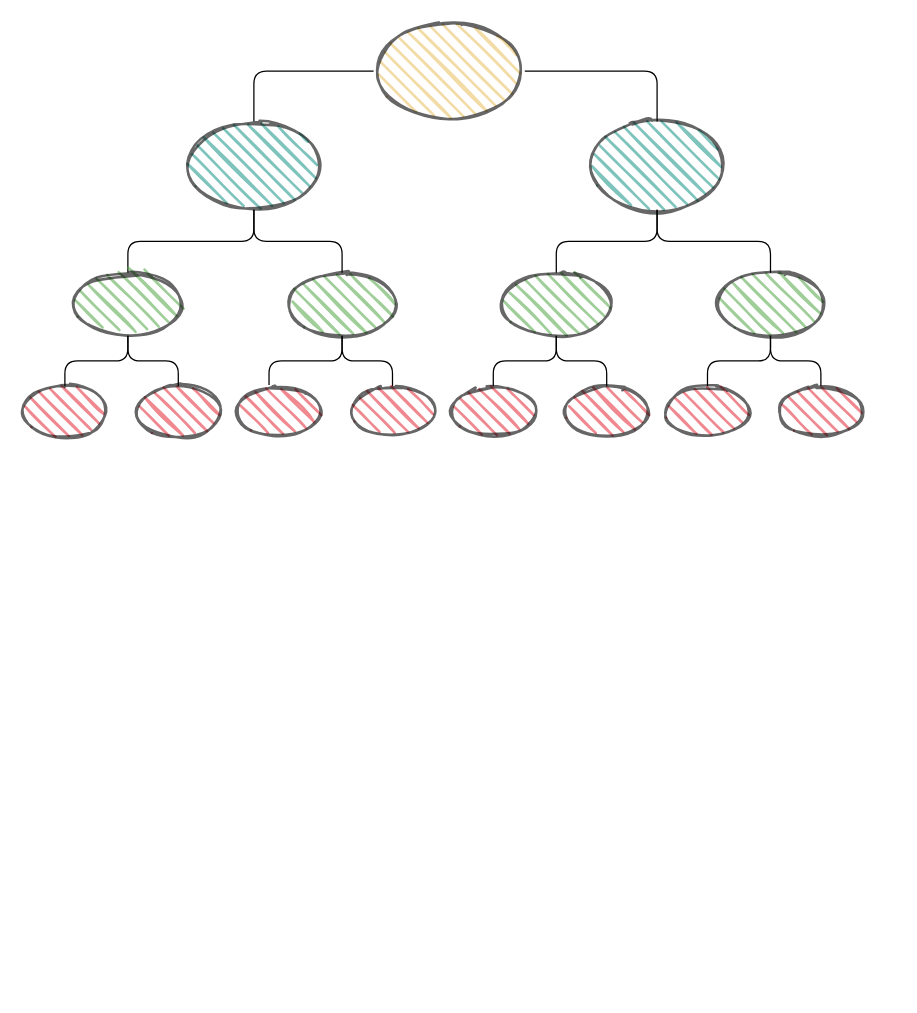
The draw.io diagram page "mysq-binary-tree-demo" (9 of 36) of mysql/mysql.drawio in boilingfrog/Go-POINT, before the edit. Source tidied: cells renumbered, new cells numbered last; positions are measured from the earlier drawing's top-left corner, leaving out a move shared by most shapes. Both pictures are drawn from the tidied source at 126%, with x=0, y=0 at pixel (20, 20).
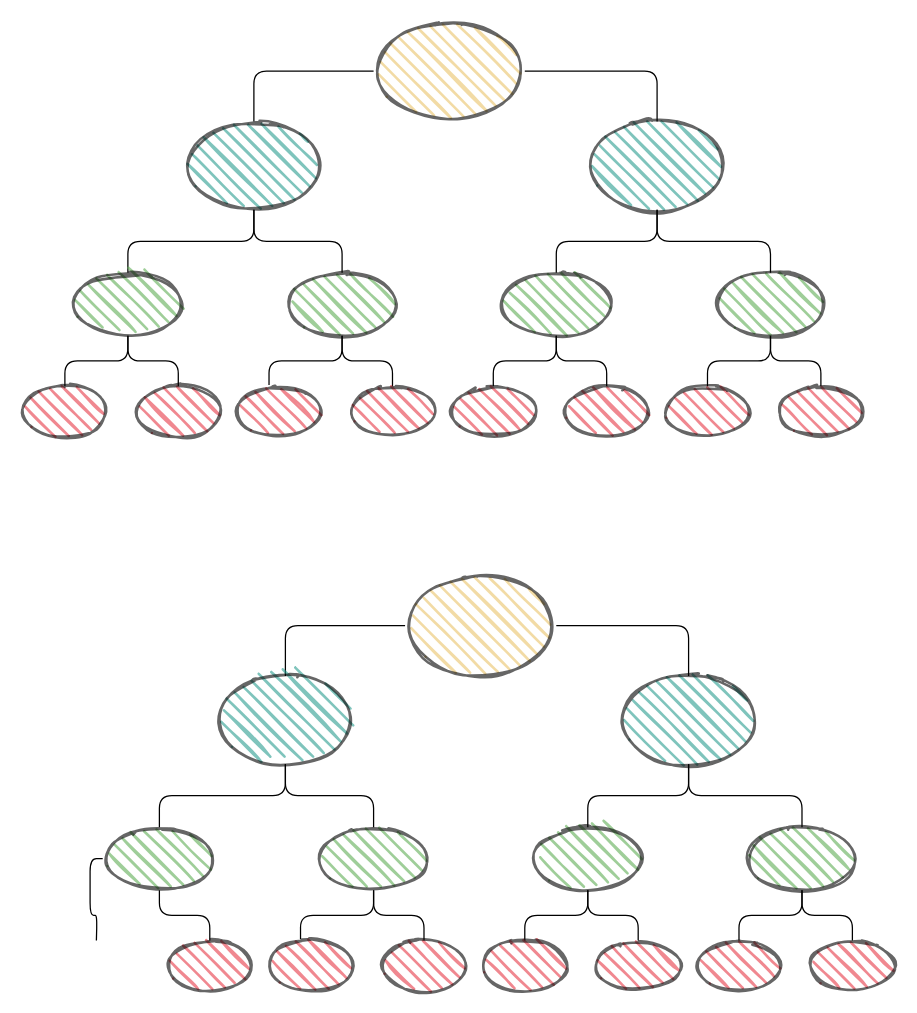
Above is the later version.

What changed in the source:
```diff
@@
+    <mxCell id="31" style="html=1;entryX=0.5;entryY=0;entryDx=0;entryDy=0;edgeStyle=orthogonalEdgeStyle;endArrow=none;endFill=0;" parent="1" edge="1" source="33" target="36">
+      <mxGeometry relative="1" as="geometry" />
+    </mxCell>
+    <mxCell id="32" style="edgeStyle=orthogonalEdgeStyle;html=1;entryX=0.5;entryY=0;entryDx=0;entryDy=0;endArrow=none;endFill=0;" parent="1" edge="1" source="33" target="39">
+      <mxGeometry relative="1" as="geometry" />
+    </mxCell>
+    <mxCell id="33" style="ellipse;whiteSpace=wrap;html=1;fontSize=16;fillColor=#E9C46A;rounded=1;fillStyle=dots;strokeWidth=2;opacity=60;fillWeight=2;hachureGap=8;hachureAngle=45;sketch=1;" parent="1" vertex="1">
+      <mxGeometry x="305" y="440" width="120" height="80" as="geometry" />
+    </mxCell>
+    <mxCell id="34" style="edgeStyle=orthogonalEdgeStyle;html=1;entryX=0.5;entryY=0;entryDx=0;entryDy=0;endArrow=none;endFill=0;" parent="1" edge="1" source="36" target="42">
+      <mxGeometry relative="1" as="geometry" />
+    </mxCell>
+    <mxCell id="35" style="edgeStyle=orthogonalEdgeStyle;html=1;entryX=0.5;entryY=0;entryDx=0;entryDy=0;endArrow=none;endFill=0;" parent="1" edge="1" source="36" target="45">
+      <mxGeometry relative="1" as="geometry" />
+    </mxCell>
+    <mxCell id="36" style="ellipse;whiteSpace=wrap;html=1;fillColor=#2A9D8F;rounded=0;strokeWidth=2;fillWeight=2;hachureGap=8;fillStyle=dots;sketch=1;hachureAngle=45;opacity=60;" parent="1" vertex="1">
+      <mxGeometry x="155" y="520" width="110" height="70" as="geometry" />
+    </mxCell>
+    <mxCell id="37" style="edgeStyle=orthogonalEdgeStyle;html=1;entryX=0.5;entryY=0;entryDx=0;entryDy=0;endArrow=none;endFill=0;" parent="1" edge="1" source="39" target="48">
+      <mxGeometry relative="1" as="geometry" />
+    </mxCell>
+    <mxCell id="38" style="edgeStyle=orthogonalEdgeStyle;html=1;endArrow=none;endFill=0;" parent="1" edge="1" source="39" target="51">
+      <mxGeometry relative="1" as="geometry" />
+    </mxCell>
+    <mxCell id="39" style="ellipse;whiteSpace=wrap;html=1;fillColor=#2A9D8F;rounded=0;strokeWidth=2;fillWeight=2;hachureGap=8;fillStyle=dots;sketch=1;hachureAngle=45;opacity=60;" parent="1" vertex="1">
+      <mxGeometry x="475" y="520" width="110" height="70" as="geometry" />
+    </mxCell>
+    <mxCell id="40" style="edgeStyle=orthogonalEdgeStyle;html=1;entryX=0.5;entryY=0;entryDx=0;entryDy=0;endArrow=none;endFill=0;" parent="1" edge="1" source="42">
+      <mxGeometry relative="1" as="geometry">
+        <mxPoint x="60" y="730" as="targetPoint" />
+      </mxGeometry>
+    </mxCell>
+    <mxCell id="41" style="edgeStyle=orthogonalEdgeStyle;html=1;entryX=0.5;entryY=0;entryDx=0;entryDy=0;endArrow=none;endFill=0;" parent="1" edge="1" source="42" target="52">
+      <mxGeometry relative="1" as="geometry" />
+    </mxCell>
+    <mxCell id="42" style="ellipse;whiteSpace=wrap;html=1;fillColor=#5FAD56;rounded=0;strokeWidth=2;fillWeight=2;hachureGap=8;fillStyle=dots;sketch=1;hachureAngle=45;opacity=60;" parent="1" vertex="1">
+      <mxGeometry x="65" y="640" width="90" height="50" as="geometry" />
+    </mxCell>
+    <mxCell id="43" style="edgeStyle=orthogonalEdgeStyle;html=1;entryX=0.386;entryY=-0.025;entryDx=0;entryDy=0;entryPerimeter=0;endArrow=none;endFill=0;" parent="1" edge="1" source="45" target="53">
+      <mxGeometry relative="1" as="geometry" />
+    </mxCell>
+    <mxCell id="44" style="edgeStyle=orthogonalEdgeStyle;html=1;entryX=0.5;entryY=0;entryDx=0;entryDy=0;endArrow=none;endFill=0;" parent="1" edge="1" source="45" target="54">
+      <mxGeometry relative="1" as="geometry" />
+    </mxCell>
+    <mxCell id="45" style="ellipse;whiteSpace=wrap;html=1;fillColor=#5FAD56;rounded=0;strokeWidth=2;fillWeight=2;hachureGap=8;fillStyle=dots;sketch=1;hachureAngle=45;opacity=60;" parent="1" vertex="1">
+      <mxGeometry x="235" y="640" width="90" height="50" as="geometry" />
+    </mxCell>
+    <mxCell id="46" style="edgeStyle=orthogonalEdgeStyle;html=1;entryX=0.5;entryY=0;entryDx=0;entryDy=0;endArrow=none;endFill=0;" parent="1" edge="1" source="48" target="56">
+      <mxGeometry relative="1" as="geometry" />
+    </mxCell>
+    <mxCell id="47" style="edgeStyle=orthogonalEdgeStyle;html=1;entryX=0.5;entryY=0;entryDx=0;entryDy=0;endArrow=none;endFill=0;" parent="1" edge="1" source="48" target="55">
+      <mxGeometry relative="1" as="geometry" />
+    </mxCell>
+    <mxCell id="48" style="ellipse;whiteSpace=wrap;html=1;fillColor=#5FAD56;rounded=0;strokeWidth=2;fillWeight=2;hachureGap=8;fillStyle=dots;sketch=1;hachureAngle=45;opacity=60;" parent="1" vertex="1">
+      <mxGeometry x="405" y="640" width="90" height="50" as="geometry" />
+    </mxCell>
+    <mxCell id="49" style="edgeStyle=orthogonalEdgeStyle;html=1;entryX=0.5;entryY=0;entryDx=0;entryDy=0;endArrow=none;endFill=0;" parent="1" edge="1" source="51" target="57">
+      <mxGeometry relative="1" as="geometry" />
+    </mxCell>
+    <mxCell id="50" style="edgeStyle=orthogonalEdgeStyle;html=1;entryX=0.5;entryY=0;entryDx=0;entryDy=0;endArrow=none;endFill=0;" parent="1" edge="1" source="51" target="58">
+      <mxGeometry relative="1" as="geometry" />
+    </mxCell>
+    <mxCell id="51" style="ellipse;whiteSpace=wrap;html=1;fillColor=#5FAD56;rounded=0;strokeWidth=2;fillWeight=2;hachureGap=8;fillStyle=dots;sketch=1;hachureAngle=45;opacity=60;" parent="1" vertex="1">
+      <mxGeometry x="575" y="640" width="90" height="50" as="geometry" />
+    </mxCell>
+    <mxCell id="52" style="ellipse;whiteSpace=wrap;html=1;fontSize=16;fillColor=#E63946;rounded=1;fillStyle=dots;strokeWidth=2;opacity=60;fillWeight=2;hachureGap=8;hachureAngle=45;sketch=1;" parent="1" vertex="1">
+      <mxGeometry x="115" y="730" width="70" height="40" as="geometry" />
+    </mxCell>
+    <mxCell id="53" style="ellipse;whiteSpace=wrap;html=1;fontSize=16;fillColor=#E63946;rounded=1;fillStyle=dots;strokeWidth=2;opacity=60;fillWeight=2;hachureGap=8;hachureAngle=45;sketch=1;" parent="1" vertex="1">
+      <mxGeometry x="195" y="730" width="70" height="40" as="geometry" />
+    </mxCell>
+    <mxCell id="54" style="ellipse;whiteSpace=wrap;html=1;fontSize=16;fillColor=#E63946;rounded=1;fillStyle=dots;strokeWidth=2;opacity=60;fillWeight=2;hachureGap=8;hachureAngle=45;sketch=1;" parent="1" vertex="1">
+      <mxGeometry x="285" y="730" width="70" height="40" as="geometry" />
+    </mxCell>
+    <mxCell id="55" style="ellipse;whiteSpace=wrap;html=1;fontSize=16;fillColor=#E63946;rounded=1;fillStyle=dots;strokeWidth=2;opacity=60;fillWeight=2;hachureGap=8;hachureAngle=45;sketch=1;" parent="1" vertex="1">
+      <mxGeometry x="365" y="730" width="70" height="40" as="geometry" />
+    </mxCell>
+    <mxCell id="56" style="ellipse;whiteSpace=wrap;html=1;fontSize=16;fillColor=#E63946;rounded=1;fillStyle=dots;strokeWidth=2;opacity=60;fillWeight=2;hachureGap=8;hachureAngle=45;sketch=1;" parent="1" vertex="1">
+      <mxGeometry x="455" y="730" width="70" height="40" as="geometry" />
+    </mxCell>
+    <mxCell id="57" style="ellipse;whiteSpace=wrap;html=1;fontSize=16;fillColor=#E63946;rounded=1;fillStyle=dots;strokeWidth=2;opacity=60;fillWeight=2;hachureGap=8;hachureAngle=45;sketch=1;" parent="1" vertex="1">
+      <mxGeometry x="535" y="730" width="70" height="40" as="geometry" />
+    </mxCell>
+    <mxCell id="58" style="ellipse;whiteSpace=wrap;html=1;fontSize=16;fillColor=#E63946;rounded=1;fillStyle=dots;strokeWidth=2;opacity=60;fillWeight=2;hachureGap=8;hachureAngle=45;sketch=1;" parent="1" vertex="1">
+      <mxGeometry x="625" y="730" width="70" height="40" as="geometry" />
+    </mxCell>
```
